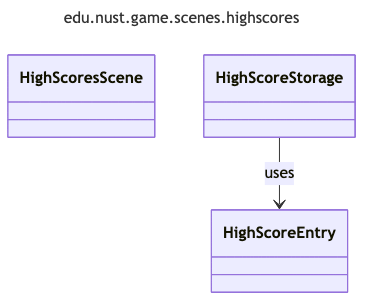
Earlier version of the Mermaid export uml/generated/png/package_edu_nust_game_scenes_highscores.png (zombie-zero-nust/zombie-zero). Its source is kept beside it as uml/generated/mmd/package_edu_nust_game_scenes_highscores.mmd.
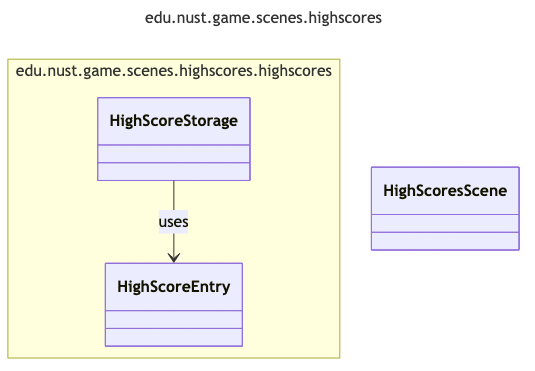
Above is the later version.

What changed in the source:
```diff
@@ -2,14 +2,16 @@
 title: edu.nust.game.scenes.highscores
 config:
   look: classic
-  layout: dagre
+  layout: elk
   flowchart:
     curve: linear
   class:
     defaultRenderer: dagre-wrapper
 ---
 classDiagram
-class HighScoresScene
-class HighScoreStorage
-class HighScoreEntry
+  class HighScoresScene
+namespace edu.nust.game.scenes.highscores.highscores {
+  class HighScoreStorage
+  class HighScoreEntry
+}
 HighScoreStorage --> HighScoreEntry : uses
```
